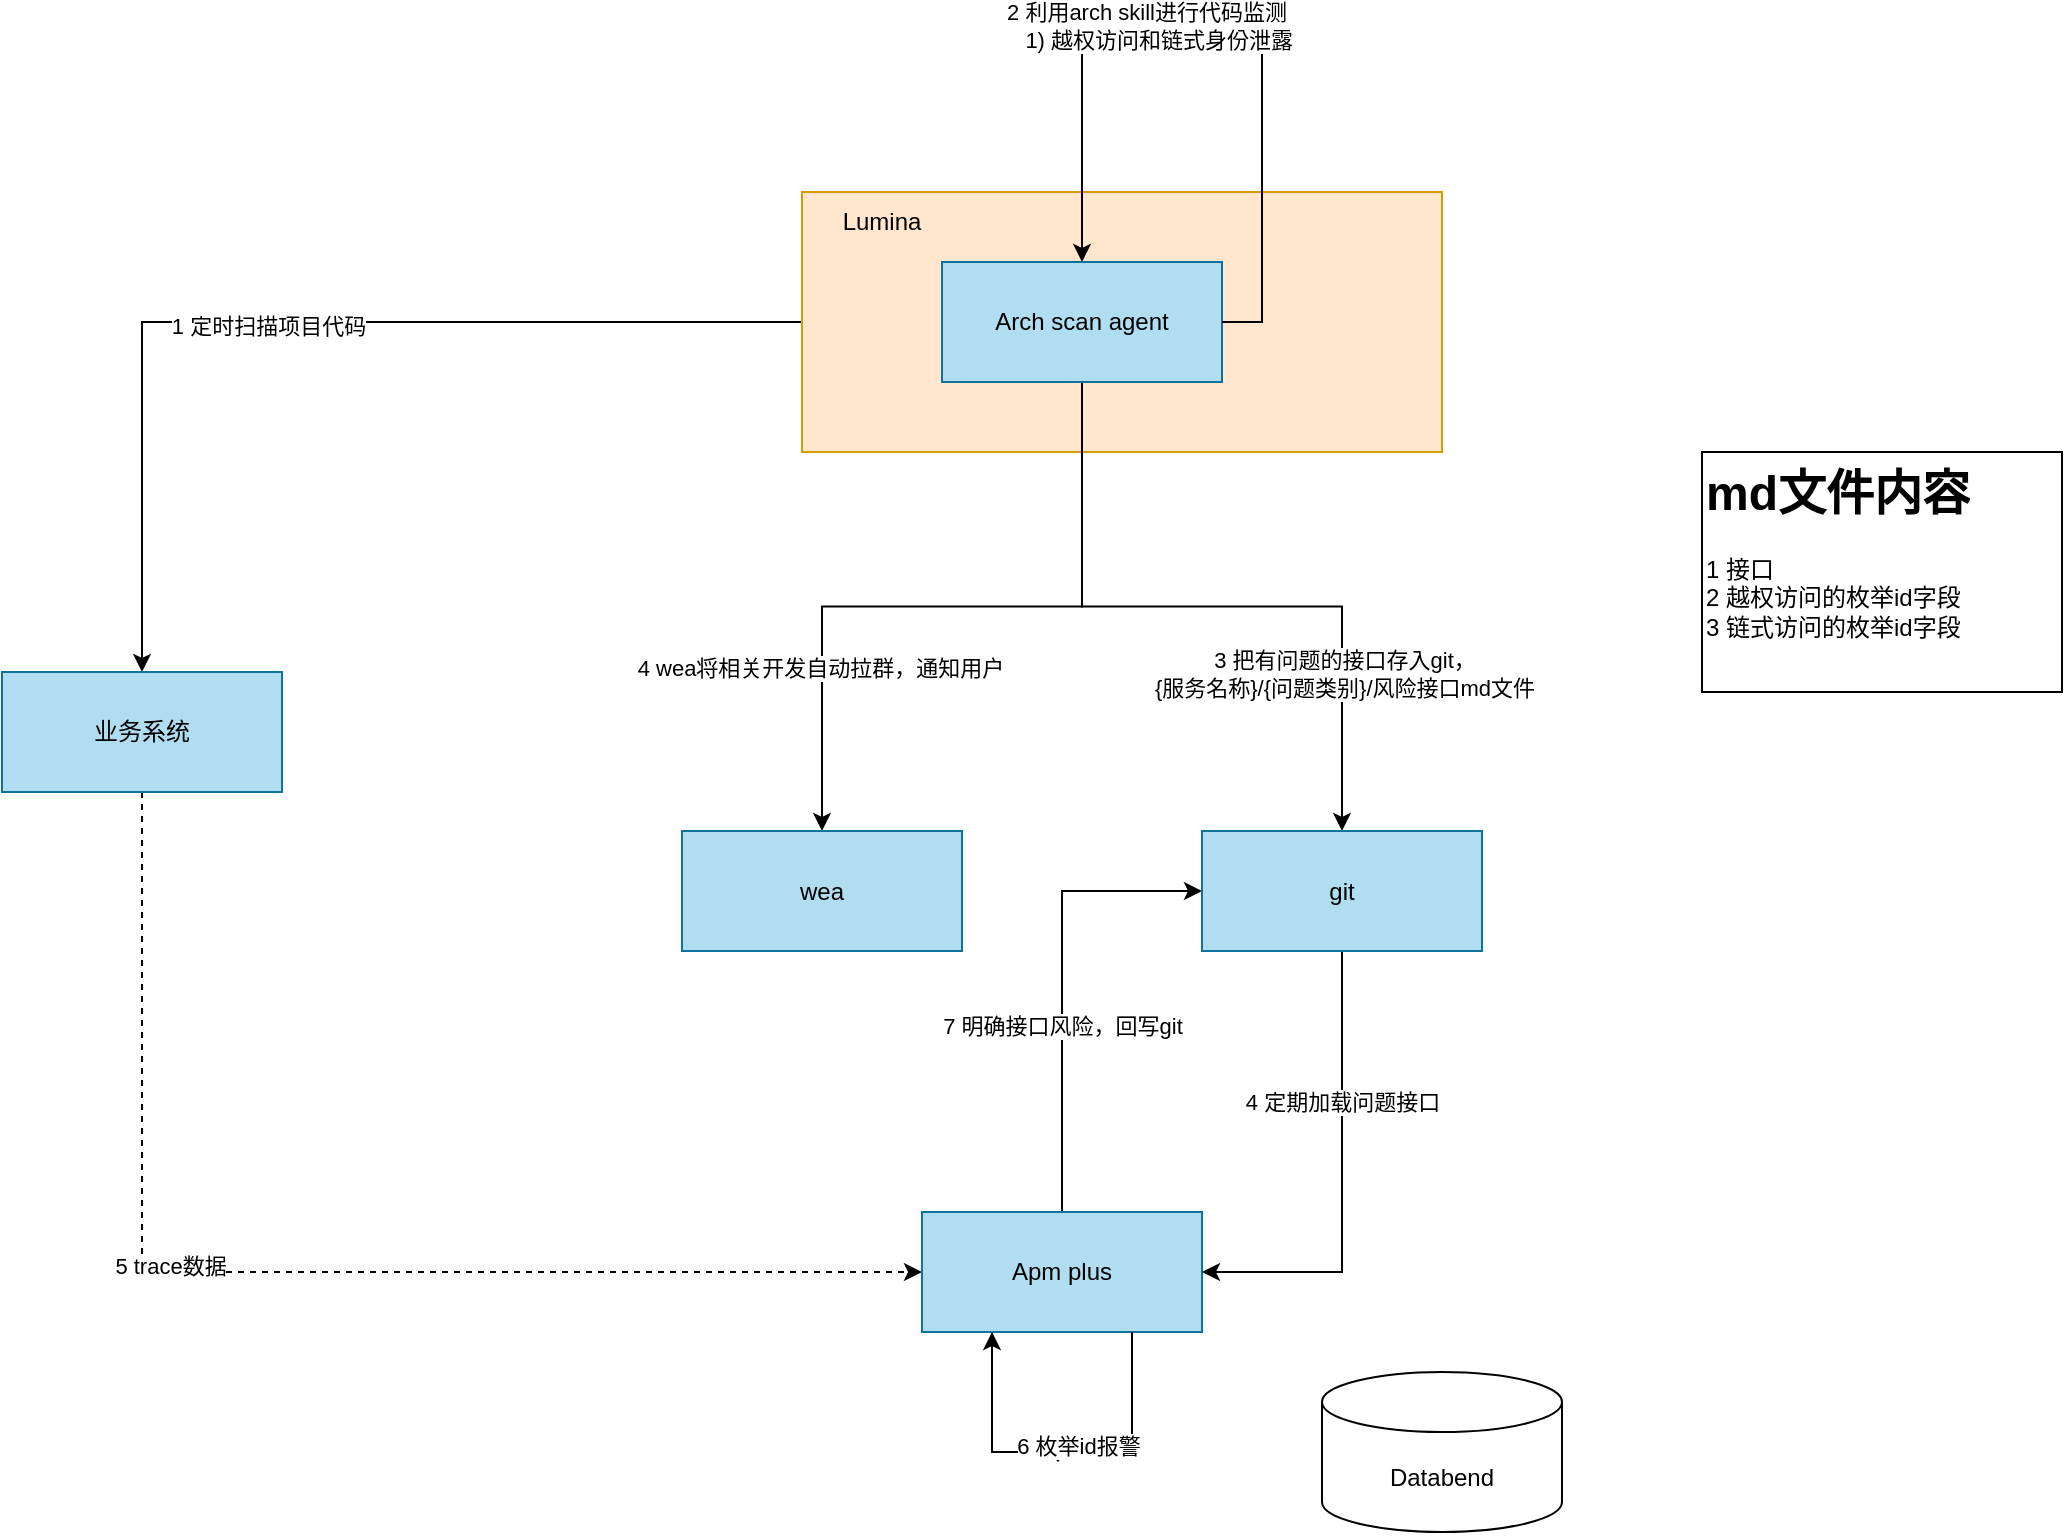
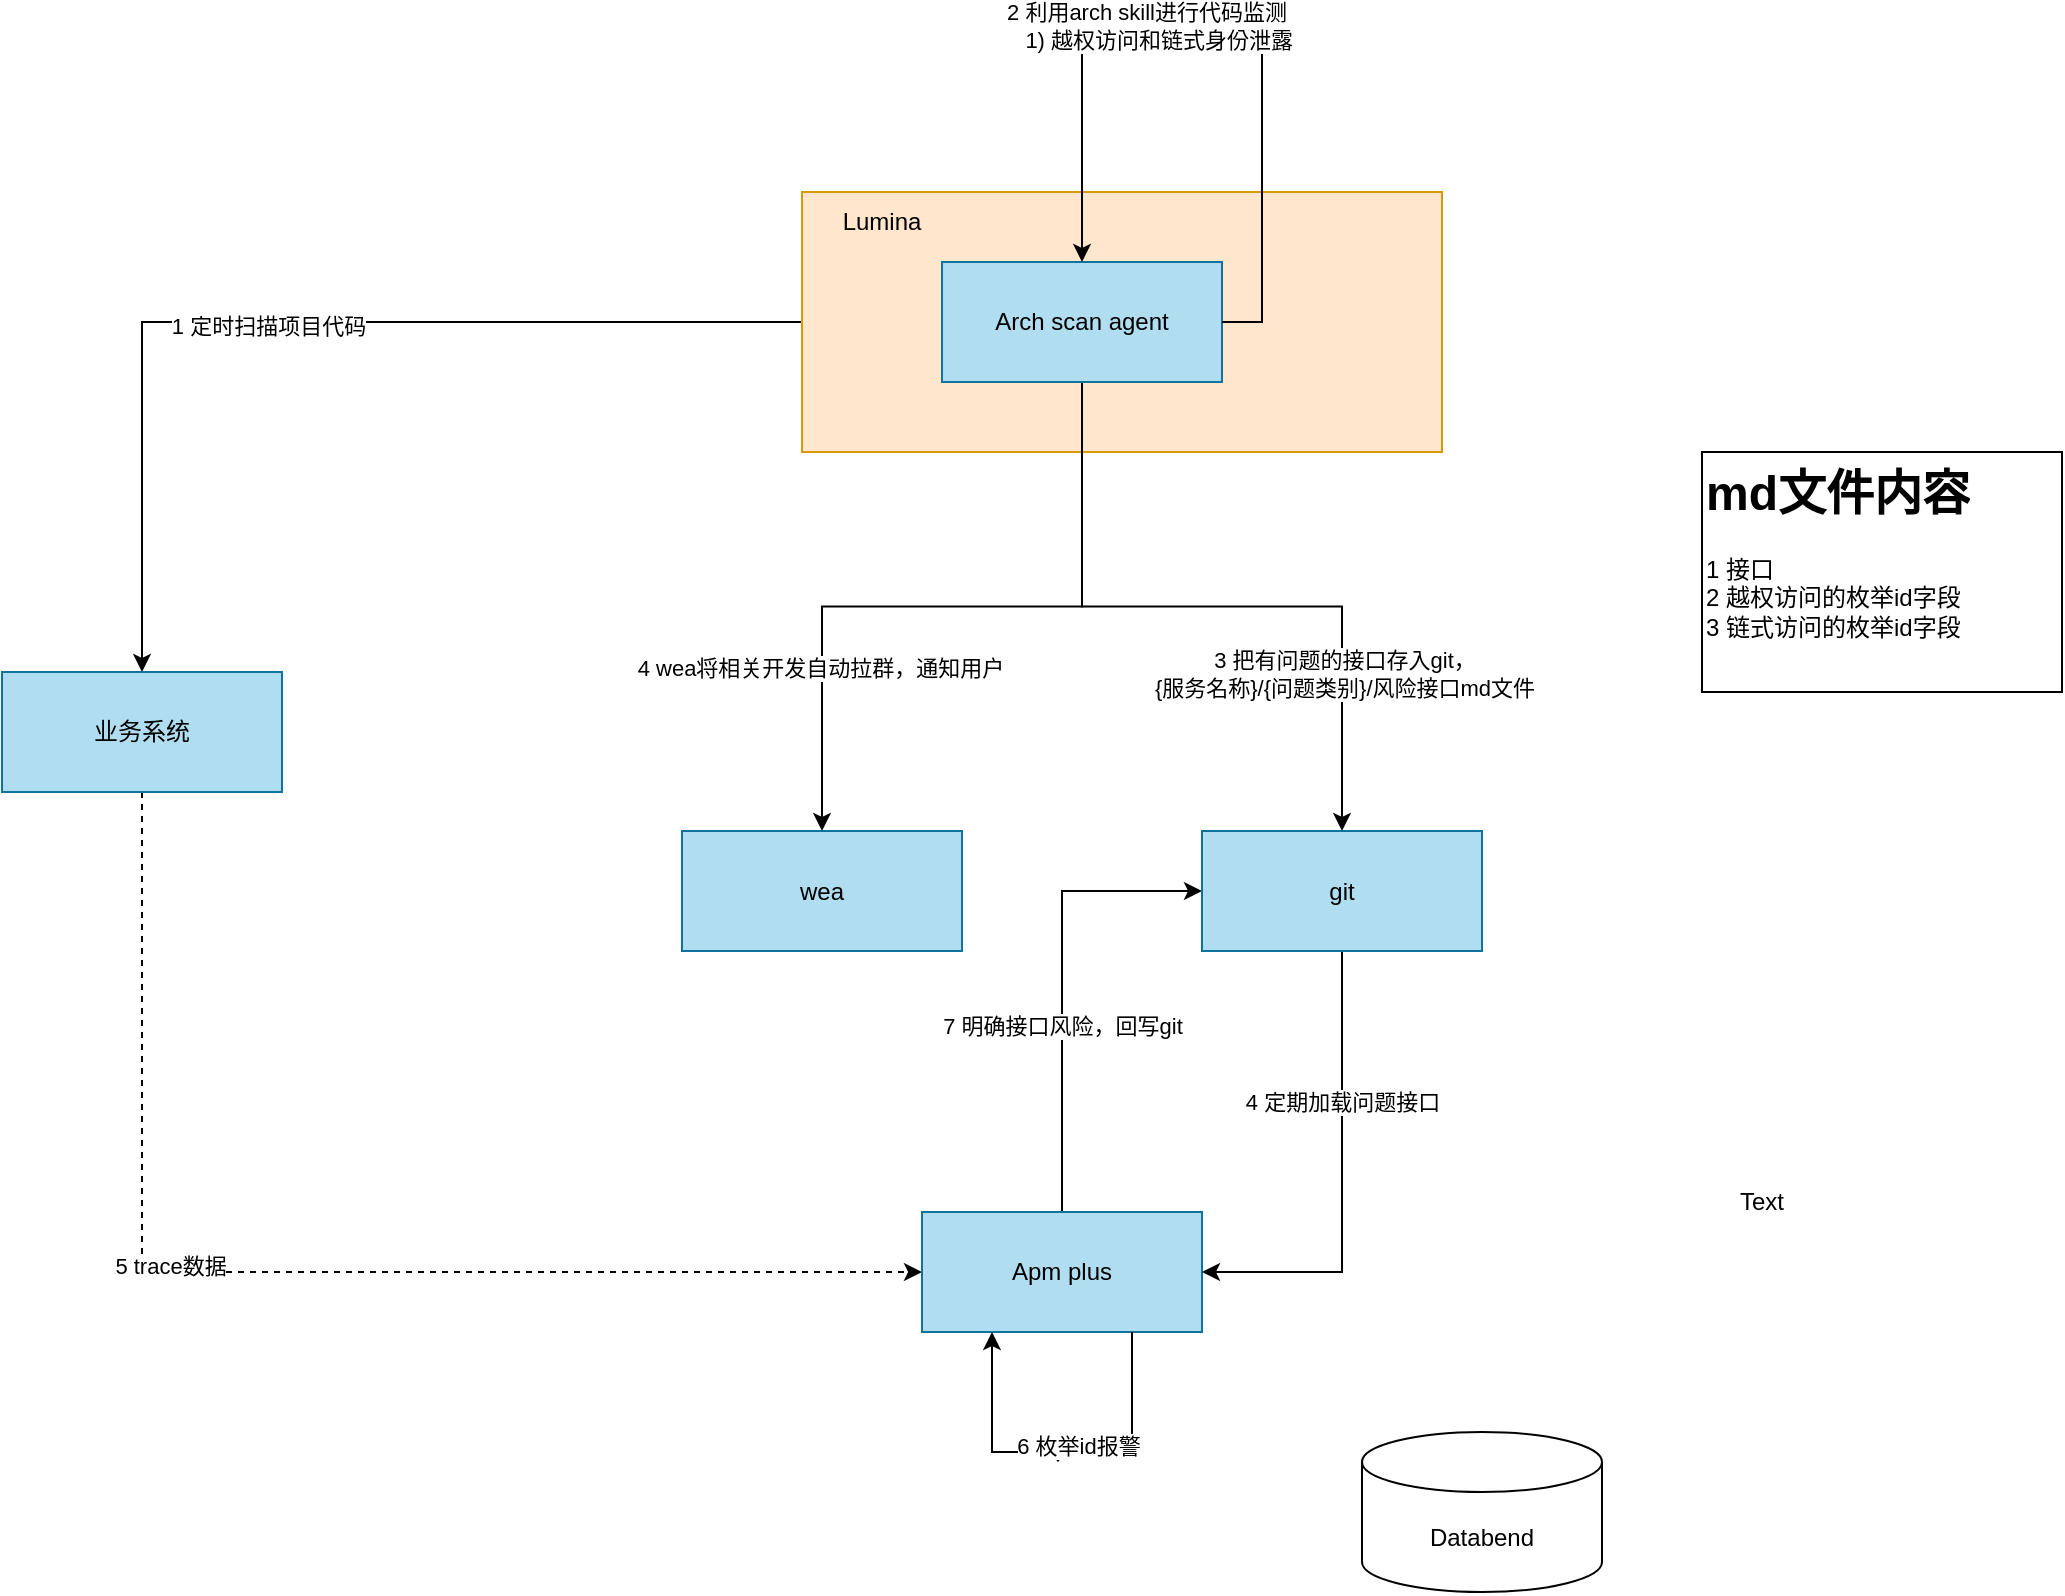
<mxfile host="app.diagrams.net">
  <diagram name="第 1 页" id="v4d0oD99BJNh_s1QToVL">
    <mxGraphModel dx="1222" dy="764" grid="1" gridSize="10" guides="1" tooltips="1" connect="1" arrows="1" fold="1" page="1" pageScale="1" pageWidth="3300" pageHeight="2339" math="0" shadow="0">
      <root>
        <mxCell id="0" />
        <mxCell id="1" parent="0" />
        <mxCell id="BZSGkBbcOcEUag34DBB_-2" edge="1" parent="1" source="SJECwPXb0EPlWWx2axZS-5" style="edgeStyle=orthogonalEdgeStyle;rounded=0;orthogonalLoop=1;jettySize=auto;html=1;exitX=0;exitY=0.5;exitDx=0;exitDy=0;" target="BZSGkBbcOcEUag34DBB_-1">
          <mxGeometry relative="1" as="geometry" />
        </mxCell>
        <mxCell id="BZSGkBbcOcEUag34DBB_-9" connectable="0" parent="BZSGkBbcOcEUag34DBB_-2" style="edgeLabel;html=1;align=center;verticalAlign=middle;resizable=0;points=[];" value="1 定时扫描项目代码" vertex="1">
          <mxGeometry relative="1" x="0.0582" y="2" as="geometry">
            <mxPoint as="offset" />
          </mxGeometry>
        </mxCell>
        <mxCell id="SJECwPXb0EPlWWx2axZS-5" parent="1" style="rounded=0;whiteSpace=wrap;html=1;fillColor=#ffe6cc;strokeColor=#d79b00;" value="" vertex="1">
          <mxGeometry height="130" width="320" x="530" y="160" as="geometry" />
        </mxCell>
        <mxCell id="BZSGkBbcOcEUag34DBB_-19" edge="1" parent="1" source="BZSGkBbcOcEUag34DBB_-1" style="edgeStyle=orthogonalEdgeStyle;rounded=0;orthogonalLoop=1;jettySize=auto;html=1;exitX=0.5;exitY=1;exitDx=0;exitDy=0;entryX=0;entryY=0.5;entryDx=0;entryDy=0;dashed=1;" target="BZSGkBbcOcEUag34DBB_-3">
          <mxGeometry relative="1" as="geometry" />
        </mxCell>
        <mxCell id="BZSGkBbcOcEUag34DBB_-20" connectable="0" parent="BZSGkBbcOcEUag34DBB_-19" style="edgeLabel;html=1;align=center;verticalAlign=middle;resizable=0;points=[];" value="5 trace数据" vertex="1">
          <mxGeometry relative="1" x="-0.1937" y="3" as="geometry">
            <mxPoint as="offset" />
          </mxGeometry>
        </mxCell>
        <mxCell id="BZSGkBbcOcEUag34DBB_-1" parent="1" style="rounded=0;whiteSpace=wrap;html=1;fillColor=#b1ddf0;strokeColor=#10739e;" value="业务系统" vertex="1">
          <mxGeometry height="60" width="140" x="130" y="400" as="geometry" />
        </mxCell>
        <mxCell id="BZSGkBbcOcEUag34DBB_-23" edge="1" parent="1" source="BZSGkBbcOcEUag34DBB_-3" style="edgeStyle=orthogonalEdgeStyle;rounded=0;orthogonalLoop=1;jettySize=auto;html=1;exitX=0.5;exitY=0;exitDx=0;exitDy=0;entryX=0;entryY=0.5;entryDx=0;entryDy=0;" target="BZSGkBbcOcEUag34DBB_-6">
          <mxGeometry relative="1" as="geometry" />
        </mxCell>
        <mxCell id="BZSGkBbcOcEUag34DBB_-24" connectable="0" parent="BZSGkBbcOcEUag34DBB_-23" style="edgeLabel;html=1;align=center;verticalAlign=middle;resizable=0;points=[];" value="7 明确接口风险，回写git" vertex="1">
          <mxGeometry relative="1" x="-0.1931" as="geometry">
            <mxPoint as="offset" />
          </mxGeometry>
        </mxCell>
        <mxCell id="BZSGkBbcOcEUag34DBB_-3" parent="1" style="rounded=0;whiteSpace=wrap;html=1;fillColor=#b1ddf0;strokeColor=#10739e;" value="Apm plus" vertex="1">
          <mxGeometry height="60" width="140" x="590" y="670" as="geometry" />
        </mxCell>
        <mxCell id="BZSGkBbcOcEUag34DBB_-7" edge="1" parent="1" source="SJECwPXb0EPlWWx2axZS-4" style="edgeStyle=orthogonalEdgeStyle;rounded=0;orthogonalLoop=1;jettySize=auto;html=1;exitX=0.5;exitY=1;exitDx=0;exitDy=0;" target="BZSGkBbcOcEUag34DBB_-6">
          <mxGeometry relative="1" as="geometry" />
        </mxCell>
        <mxCell id="BZSGkBbcOcEUag34DBB_-14" connectable="0" parent="BZSGkBbcOcEUag34DBB_-7" style="edgeLabel;html=1;align=center;verticalAlign=middle;resizable=0;points=[];" value="3 把有问题的接口存入git，&lt;div&gt;{服务名称}/&lt;span style=&quot;background-color: light-dark(#ffffff, var(--ge-dark-color, #121212)); color: light-dark(rgb(0, 0, 0), rgb(255, 255, 255));&quot;&gt;{问题类别}/风险接口md文件&lt;/span&gt;&lt;/div&gt;" vertex="1">
          <mxGeometry relative="1" x="0.0845" y="1" as="geometry">
            <mxPoint x="51" y="34" as="offset" />
          </mxGeometry>
        </mxCell>
        <mxCell id="BZSGkBbcOcEUag34DBB_-8" edge="1" parent="1" source="SJECwPXb0EPlWWx2axZS-4" style="edgeStyle=orthogonalEdgeStyle;rounded=0;orthogonalLoop=1;jettySize=auto;html=1;exitX=0.5;exitY=1;exitDx=0;exitDy=0;" target="BZSGkBbcOcEUag34DBB_-5">
          <mxGeometry relative="1" as="geometry" />
        </mxCell>
        <mxCell id="BZSGkBbcOcEUag34DBB_-15" connectable="0" parent="BZSGkBbcOcEUag34DBB_-8" style="edgeLabel;html=1;align=center;verticalAlign=middle;resizable=0;points=[];" value="4 wea将相关开发自动拉群，通知用户" vertex="1">
          <mxGeometry relative="1" x="0.538" y="-1" as="geometry">
            <mxPoint as="offset" />
          </mxGeometry>
        </mxCell>
        <mxCell id="SJECwPXb0EPlWWx2axZS-4" parent="1" style="rounded=0;whiteSpace=wrap;html=1;fillColor=#b1ddf0;strokeColor=#10739e;" value="Arch scan agent" vertex="1">
          <mxGeometry height="60" width="140" x="600" y="195" as="geometry" />
        </mxCell>
        <mxCell id="BZSGkBbcOcEUag34DBB_-4" parent="1" style="text;html=1;whiteSpace=wrap;strokeColor=none;fillColor=none;align=center;verticalAlign=middle;rounded=0;" value="Lumina" vertex="1">
          <mxGeometry height="30" width="60" x="540" y="160" as="geometry" />
        </mxCell>
        <mxCell id="BZSGkBbcOcEUag34DBB_-5" parent="1" style="rounded=0;whiteSpace=wrap;html=1;fillColor=#b1ddf0;strokeColor=#10739e;" value="wea" vertex="1">
          <mxGeometry height="60" width="140" x="470" y="479.5" as="geometry" />
        </mxCell>
        <mxCell id="BZSGkBbcOcEUag34DBB_-17" edge="1" parent="1" source="BZSGkBbcOcEUag34DBB_-6" style="edgeStyle=orthogonalEdgeStyle;rounded=0;orthogonalLoop=1;jettySize=auto;html=1;exitX=0.5;exitY=1;exitDx=0;exitDy=0;entryX=1;entryY=0.5;entryDx=0;entryDy=0;" target="BZSGkBbcOcEUag34DBB_-3">
          <mxGeometry relative="1" as="geometry" />
        </mxCell>
        <mxCell id="BZSGkBbcOcEUag34DBB_-18" connectable="0" parent="BZSGkBbcOcEUag34DBB_-17" style="edgeLabel;html=1;align=center;verticalAlign=middle;resizable=0;points=[];" value="4 定期加载问题接口" vertex="1">
          <mxGeometry relative="1" x="-0.3536" as="geometry">
            <mxPoint y="1" as="offset" />
          </mxGeometry>
        </mxCell>
        <mxCell id="BZSGkBbcOcEUag34DBB_-6" parent="1" style="rounded=0;whiteSpace=wrap;html=1;fillColor=#b1ddf0;strokeColor=#10739e;" value="git" vertex="1">
          <mxGeometry height="60" width="140" x="730" y="479.5" as="geometry" />
        </mxCell>
        <mxCell id="BZSGkBbcOcEUag34DBB_-12" edge="1" parent="1" source="SJECwPXb0EPlWWx2axZS-4" style="edgeStyle=orthogonalEdgeStyle;rounded=0;orthogonalLoop=1;jettySize=auto;html=1;exitX=1;exitY=0.5;exitDx=0;exitDy=0;entryX=0.5;entryY=0;entryDx=0;entryDy=0;" target="SJECwPXb0EPlWWx2axZS-4">
          <mxGeometry relative="1" as="geometry">
            <Array as="points">
              <mxPoint x="760" y="225" />
              <mxPoint x="760" y="80" />
              <mxPoint x="670" y="80" />
            </Array>
          </mxGeometry>
        </mxCell>
        <mxCell id="BZSGkBbcOcEUag34DBB_-13" connectable="0" parent="BZSGkBbcOcEUag34DBB_-12" style="edgeLabel;html=1;align=center;verticalAlign=middle;resizable=0;points=[];" value="2 利用arch skill进行代码监测&lt;div&gt;&amp;nbsp; &amp;nbsp; 1) 越权访问和链式身份泄露&lt;/div&gt;" vertex="1">
          <mxGeometry relative="1" x="0.2054" y="-3" as="geometry">
            <mxPoint as="offset" />
          </mxGeometry>
        </mxCell>
        <mxCell id="BZSGkBbcOcEUag34DBB_-21" edge="1" parent="1" source="BZSGkBbcOcEUag34DBB_-3" style="edgeStyle=orthogonalEdgeStyle;rounded=0;orthogonalLoop=1;jettySize=auto;html=1;exitX=0.75;exitY=1;exitDx=0;exitDy=0;entryX=0.25;entryY=1;entryDx=0;entryDy=0;" target="BZSGkBbcOcEUag34DBB_-3" value="、">
          <mxGeometry relative="1" as="geometry">
            <Array as="points">
              <mxPoint x="695" y="790" />
              <mxPoint x="625" y="790" />
            </Array>
          </mxGeometry>
        </mxCell>
        <mxCell id="BZSGkBbcOcEUag34DBB_-22" connectable="0" parent="BZSGkBbcOcEUag34DBB_-21" style="edgeLabel;html=1;align=center;verticalAlign=middle;resizable=0;points=[];" value="6 枚举id报警" vertex="1">
          <mxGeometry relative="1" x="-0.0842" y="-3" as="geometry">
            <mxPoint as="offset" />
          </mxGeometry>
        </mxCell>
        <mxCell id="BZSGkBbcOcEUag34DBB_-26" parent="1" style="text;html=1;whiteSpace=wrap;overflow=hidden;rounded=0;strokeColor=default;" value="&lt;h1 style=&quot;margin-top: 0px;&quot;&gt;md文件内容&lt;/h1&gt;&lt;p&gt;1 接口&lt;br&gt;2 越权访问的枚举id字段&lt;br&gt;3 链式访问的&lt;span style=&quot;background-color: transparent; color: light-dark(rgb(0, 0, 0), rgb(255, 255, 255));&quot;&gt;枚举id字段&lt;/span&gt;&lt;/p&gt;" vertex="1">
          <mxGeometry height="120" width="180" x="980" y="290" as="geometry" />
        </mxCell>
        <mxCell id="BZSGkBbcOcEUag34DBB_-27" parent="1" style="shape=cylinder3;whiteSpace=wrap;html=1;boundedLbl=1;backgroundOutline=1;size=15;" value="Databend" vertex="1">
-           <mxGeometry height="80" width="120" x="790" y="750" as="geometry" />
+           <mxGeometry height="80" width="120" x="810" y="780" as="geometry" />
+         </mxCell>
+         <mxCell id="BZSGkBbcOcEUag34DBB_-29" parent="1" style="text;html=1;whiteSpace=wrap;strokeColor=none;fillColor=none;align=center;verticalAlign=middle;rounded=0;" value="Text" vertex="1">
+           <mxGeometry height="70" width="220" x="900" y="630" as="geometry" />
        </mxCell>
      </root>
    </mxGraphModel>
  </diagram>
</mxfile>
